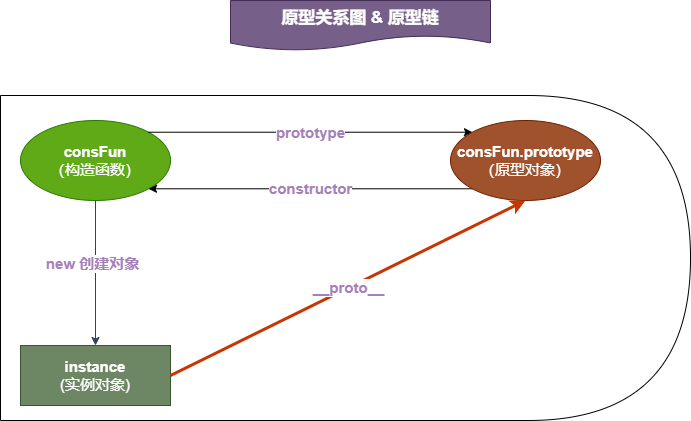
arrayListTwo/draw keeps this draw.io diagram as 未命名绘图.drawio.png. Above is the earlier version. Source tidied: cells renumbered, new cells last; positions are measured from the earlier drawing's top-left corner, leaving out a move shared by most shapes.
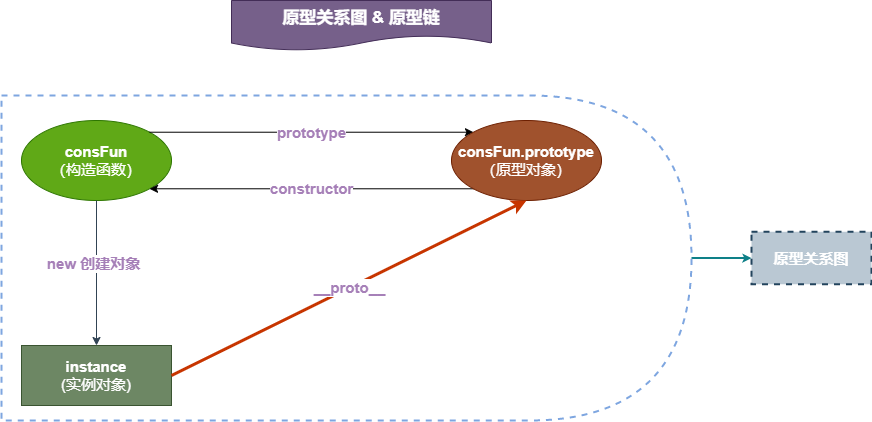
The same file after the commit.

Commit message:
更新未命名绘图.drawio.png

Diff of the diagram source:
```diff
@@ -2,7 +2,10 @@
   <root>
     <mxCell id="0" />
     <mxCell id="1" parent="0" />
+    <mxCell id="12" style="edgeStyle=orthogonalEdgeStyle;rounded=0;jettySize=auto;html=1;strokeWidth=2;endSize=3;fillColor=#b0e3e6;strokeColor=#0e8088;" parent="1" edge="1" source="2" target="13">
+      <mxGeometry relative="1" as="geometry" />
+    </mxCell>
-    <mxCell id="2" style="shape=delay;whiteSpace=wrap;html=1;fillColor=none;" parent="1" vertex="1">
+    <mxCell id="2" style="shape=delay;whiteSpace=wrap;html=1;fillColor=none;dashed=1;strokeColor=#7EA6E0;strokeWidth=2;" parent="1" vertex="1">
       <mxGeometry y="95" width="690" height="325" as="geometry" />
     </mxCell>
     <mxCell id="3" value="&lt;font color=&quot;#ffffff&quot; style=&quot;font-size: 15px;&quot;&gt;&lt;b style=&quot;&quot;&gt;consFun&lt;/b&gt;&lt;br&gt;（构造函数）&lt;/font&gt;" style="ellipse;whiteSpace=wrap;html=1;fillStyle=auto;fillColor=#60a917;fontColor=#ffffff;strokeColor=#2D7600;" parent="1" vertex="1">
@@ -32,5 +35,8 @@
     <mxCell id="11" value="&lt;b&gt;&lt;font style=&quot;font-size: 17px;&quot;&gt;原型关系图 &amp;amp; 原型链&lt;/font&gt;&lt;/b&gt;" style="shape=document;whiteSpace=wrap;html=1;boundedLbl=1;fillStyle=auto;fontSize=15;fontColor=#ffffff;fillColor=#76608a;strokeColor=#432D57;" parent="1" vertex="1">
       <mxGeometry x="230" width="260" height="50" as="geometry" />
     </mxCell>
+    <mxCell id="13" value="&lt;b&gt;&lt;font color=&quot;#ffffff&quot; style=&quot;font-size: 15px;&quot;&gt;原型关系图&lt;/font&gt;&lt;/b&gt;" style="shape=document;whiteSpace=wrap;html=1;boundedLbl=1;fillColor=#bac8d3;dashed=1;strokeWidth=2;size=0;strokeColor=#23445d;" parent="1" vertex="1">
+      <mxGeometry x="750" y="231.2" width="120" height="52.5" as="geometry" />
+    </mxCell>
   </root>
 </mxGraphModel>
```
